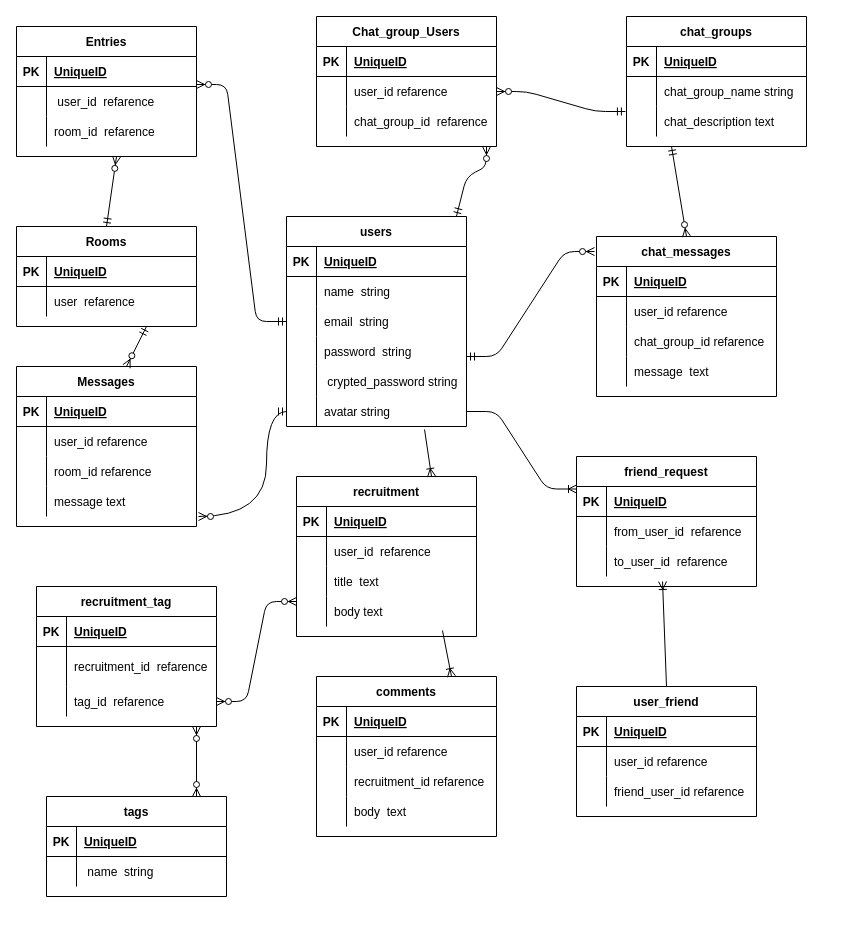
goliramax/futsal_with_friends keeps this draw.io diagram as er.drawio. Above is the earlier version. Source tidied: cells renumbered, new cells numbered last; positions are measured from the earlier drawing's top-left corner, leaving out a move shared by most shapes. Both pictures are drawn from the tidied source at 100%, with x=0, y=0 at pixel (16, 16).
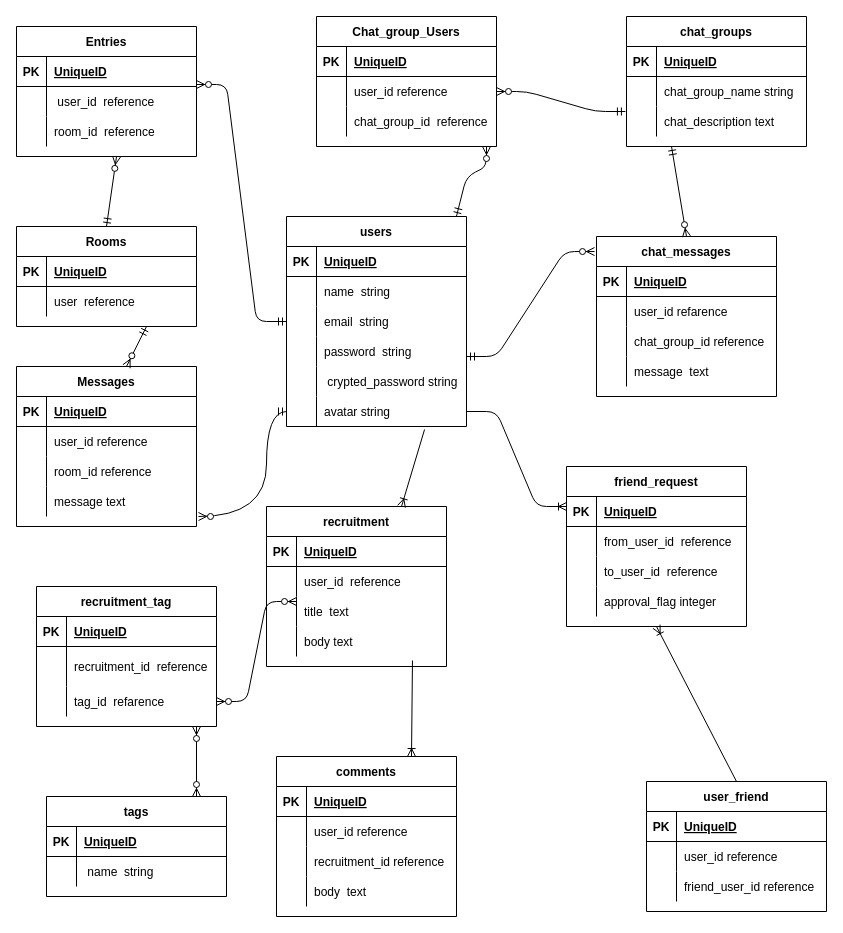
After the change.

The change refers to these unchanged cells:
```xml
<mxCell id="25" style="shape=partialRectangle;fillColor=none;top=0;left=0;bottom=0;right=0;" parent="21" vertex="1">
  <mxGeometry y="60" width="180" height="30" as="geometry" />
</mxCell>
<mxCell id="28" style="shape=partialRectangle;fillColor=none;top=0;left=0;bottom=0;right=0;" parent="21" vertex="1">
  <mxGeometry y="90" width="180" height="30" as="geometry" />
</mxCell>
<mxCell id="39" style="shape=partialRectangle;fillColor=none;top=0;left=0;bottom=0;right=0;points=[[0,0.5],[1,0.5]];portConstraint=eastwest;" parent="35" vertex="1">
  <mxGeometry y="60" width="180" height="30" as="geometry" />
</mxCell>
<mxCell id="42" style="shape=partialRectangle;fillColor=none;top=0;left=0;bottom=0;right=0;" parent="35" vertex="1">
  <mxGeometry y="90" width="180" height="30" as="geometry" />
</mxCell>
<mxCell id="49" style="shape=partialRectangle;fillColor=none;top=0;left=0;bottom=0;right=0;points=[[0,0.5],[1,0.5]];portConstraint=eastwest;" parent="45" vertex="1">
  <mxGeometry y="60" width="180" height="30" as="geometry" />
</mxCell>
<mxCell id="52" style="shape=partialRectangle;fillColor=none;top=0;left=0;bottom=0;right=0;" parent="45" vertex="1">
  <mxGeometry y="90" width="180" height="30" as="geometry" />
</mxCell>
<mxCell id="72" style="shape=partialRectangle;fillColor=none;top=0;left=0;bottom=0;right=0;" parent="65" vertex="1">
  <mxGeometry y="90" width="180" height="30" as="geometry" />
</mxCell>
<mxCell id="82" style="shape=partialRectangle;fillColor=none;top=0;left=0;bottom=0;right=0;" parent="78" vertex="1">
  <mxGeometry y="60" width="180" height="30" as="geometry" />
</mxCell>
<mxCell id="85" style="shape=partialRectangle;fillColor=none;top=0;left=0;bottom=0;right=0;points=[[0,0.5],[1,0.5]];portConstraint=eastwest;" parent="78" vertex="1">
  <mxGeometry y="90" width="180" height="30" as="geometry" />
</mxCell>
<mxCell id="92" style="shape=partialRectangle;fillColor=none;top=0;left=0;bottom=0;right=0;" parent="88" vertex="1">
  <mxGeometry y="60" width="180" height="30" as="geometry" />
</mxCell>
<mxCell id="95" style="shape=partialRectangle;fillColor=none;top=0;left=0;bottom=0;right=0;" parent="88" vertex="1">
  <mxGeometry y="90" width="180" height="30" as="geometry" />
</mxCell>
<mxCell id="102" style="shape=partialRectangle;fillColor=none;top=0;left=0;bottom=0;right=0;" parent="98" vertex="1">
  <mxGeometry y="60" width="180" height="30" as="geometry" />
</mxCell>
<mxCell id="122" style="shape=partialRectangle;fillColor=none;top=0;left=0;bottom=0;right=0;" parent="118" vertex="1">
  <mxGeometry y="60" width="180" height="30" as="geometry" />
</mxCell>
<mxCell id="125" style="shape=partialRectangle;fillColor=none;top=0;left=0;bottom=0;right=0;" parent="118" vertex="1">
  <mxGeometry y="90" width="180" height="30" as="geometry" />
</mxCell>
<mxCell id="135" style="shape=partialRectangle;fillColor=none;top=0;left=0;bottom=0;right=0;" parent="131" vertex="1">
  <mxGeometry y="60" width="180" height="40" as="geometry" />
</mxCell>
<mxCell id="146" style="shape=partialRectangle;fillColor=none;top=0;left=0;bottom=0;right=0;" parent="142" vertex="1">
  <mxGeometry y="60" width="180" height="30" as="geometry" />
</mxCell>
```

Change to the diagram source:
```diff
@@
-    <mxCell id="27" value="user_id refarence" style="shape=partialRectangle;fillColor=none;top=0;left=0;bottom=0;right=0;align=left;spacingLeft=6;overflow=hidden;" parent="25" vertex="1">
+    <mxCell id="27" value="user_id reference" style="shape=partialRectangle;fillColor=none;top=0;left=0;bottom=0;right=0;align=left;spacingLeft=6;overflow=hidden;" parent="25" vertex="1">
       <mxGeometry x="30" width="150" height="30" as="geometry" />
     </mxCell>
@@
-    <mxCell id="30" value="room_id refarence" style="shape=partialRectangle;fillColor=none;top=0;left=0;bottom=0;right=0;align=left;spacingLeft=6;overflow=hidden;" parent="28" vertex="1">
+    <mxCell id="30" value="room_id reference" style="shape=partialRectangle;fillColor=none;top=0;left=0;bottom=0;right=0;align=left;spacingLeft=6;overflow=hidden;" parent="28" vertex="1">
       <mxGeometry x="30" width="150" height="30" as="geometry" />
     </mxCell>
@@
-    <mxCell id="41" value=" user_id  refarence" style="shape=partialRectangle;fillColor=none;top=0;left=0;bottom=0;right=0;align=left;spacingLeft=6;overflow=hidden;" parent="39" vertex="1">
+    <mxCell id="41" value=" user_id  reference" style="shape=partialRectangle;fillColor=none;top=0;left=0;bottom=0;right=0;align=left;spacingLeft=6;overflow=hidden;" parent="39" vertex="1">
       <mxGeometry x="30" width="150" height="30" as="geometry" />
     </mxCell>
@@
-    <mxCell id="44" value="room_id  refarence" style="shape=partialRectangle;fillColor=none;top=0;left=0;bottom=0;right=0;align=left;spacingLeft=6;overflow=hidden;" parent="42" vertex="1">
+    <mxCell id="44" value="room_id  reference" style="shape=partialRectangle;fillColor=none;top=0;left=0;bottom=0;right=0;align=left;spacingLeft=6;overflow=hidden;" parent="42" vertex="1">
       <mxGeometry x="30" width="150" height="30" as="geometry" />
     </mxCell>
@@
-    <mxCell id="51" value="user_id refarence" style="shape=partialRectangle;fillColor=none;top=0;left=0;bottom=0;right=0;align=left;spacingLeft=6;overflow=hidden;" parent="49" vertex="1">
+    <mxCell id="51" value="user_id reference" style="shape=partialRectangle;fillColor=none;top=0;left=0;bottom=0;right=0;align=left;spacingLeft=6;overflow=hidden;" parent="49" vertex="1">
       <mxGeometry x="30" width="150" height="30" as="geometry" />
     </mxCell>
@@
-    <mxCell id="54" value="chat_group_id  refarence" style="shape=partialRectangle;fillColor=none;top=0;left=0;bottom=0;right=0;align=left;spacingLeft=6;overflow=hidden;" parent="52" vertex="1">
+    <mxCell id="54" value="chat_group_id  reference" style="shape=partialRectangle;fillColor=none;top=0;left=0;bottom=0;right=0;align=left;spacingLeft=6;overflow=hidden;" parent="52" vertex="1">
       <mxGeometry x="30" width="150" height="30" as="geometry" />
     </mxCell>
@@
-    <mxCell id="74" value="chat_group_id refarence" style="shape=partialRectangle;fillColor=none;top=0;left=0;bottom=0;right=0;align=left;spacingLeft=6;overflow=hidden;" parent="72" vertex="1">
+    <mxCell id="74" value="chat_group_id reference" style="shape=partialRectangle;fillColor=none;top=0;left=0;bottom=0;right=0;align=left;spacingLeft=6;overflow=hidden;" parent="72" vertex="1">
       <mxGeometry x="30" width="150" height="30" as="geometry" />
     </mxCell>
@@
     <mxCell id="78" value="friend_request" style="shape=table;startSize=30;childLayout=tableLayout;rowLines=0;fontStyle=1;align=center;" parent="1" vertex="1">
-      <mxGeometry x="560" y="440" width="180" height="130" as="geometry" />
+      <mxGeometry x="550" y="450" width="180" height="160" as="geometry" />
     </mxCell>
@@
-    <mxCell id="84" value="from_user_id  refarence" style="shape=partialRectangle;fillColor=none;top=0;left=0;bottom=0;right=0;align=left;spacingLeft=6;overflow=hidden;" parent="82" vertex="1">
+    <mxCell id="84" value="from_user_id  reference" style="shape=partialRectangle;fillColor=none;top=0;left=0;bottom=0;right=0;align=left;spacingLeft=6;overflow=hidden;" parent="82" vertex="1">
       <mxGeometry x="30" width="150" height="30" as="geometry" />
     </mxCell>
@@
-    <mxCell id="87" value="to_user_id  refarence" style="shape=partialRectangle;fillColor=none;top=0;left=0;bottom=0;right=0;align=left;spacingLeft=6;overflow=hidden;" parent="85" vertex="1">
+    <mxCell id="87" value="to_user_id  reference" style="shape=partialRectangle;fillColor=none;top=0;left=0;bottom=0;right=0;align=left;spacingLeft=6;overflow=hidden;" parent="85" vertex="1">
       <mxGeometry x="30" width="150" height="30" as="geometry" />
     </mxCell>
+    <mxCell id="163" style="shape=partialRectangle;fillColor=none;top=0;left=0;bottom=0;right=0;" parent="78" vertex="1">
+      <mxGeometry y="120" width="180" height="30" as="geometry" />
+    </mxCell>
+    <mxCell id="164" style="shape=partialRectangle;fillColor=none;top=0;left=0;bottom=0;right=0;overflow=hidden;" parent="163" vertex="1">
+      <mxGeometry width="30" height="30" as="geometry" />
+    </mxCell>
+    <mxCell id="165" value="approval_flag integer" style="shape=partialRectangle;fillColor=none;top=0;left=0;bottom=0;right=0;align=left;spacingLeft=6;overflow=hidden;" parent="163" vertex="1">
+      <mxGeometry x="30" width="150" height="30" as="geometry" />
+    </mxCell>
     <mxCell id="88" value="user_friend" style="shape=table;startSize=30;childLayout=tableLayout;rowLines=0;fontStyle=1;align=center;" parent="1" vertex="1">
-      <mxGeometry x="560" y="670" width="180" height="130" as="geometry" />
+      <mxGeometry x="630" y="765" width="180" height="130" as="geometry" />
     </mxCell>
@@
-    <mxCell id="94" value="user_id refarence" style="shape=partialRectangle;fillColor=none;top=0;left=0;bottom=0;right=0;align=left;spacingLeft=6;overflow=hidden;" parent="92" vertex="1">
+    <mxCell id="94" value="user_id reference" style="shape=partialRectangle;fillColor=none;top=0;left=0;bottom=0;right=0;align=left;spacingLeft=6;overflow=hidden;" parent="92" vertex="1">
       <mxGeometry x="30" width="150" height="30" as="geometry" />
     </mxCell>
@@
-    <mxCell id="97" value="friend_user_id refarence" style="shape=partialRectangle;fillColor=none;top=0;left=0;bottom=0;right=0;align=left;spacingLeft=6;overflow=hidden;" parent="95" vertex="1">
+    <mxCell id="97" value="friend_user_id reference" style="shape=partialRectangle;fillColor=none;top=0;left=0;bottom=0;right=0;align=left;spacingLeft=6;overflow=hidden;" parent="95" vertex="1">
       <mxGeometry x="30" width="150" height="30" as="geometry" />
     </mxCell>
     <mxCell id="98" value="recruitment" style="shape=table;startSize=30;childLayout=tableLayout;rowLines=0;fontStyle=1;align=center;" parent="1" vertex="1">
-      <mxGeometry x="280" y="460" width="180" height="160" as="geometry" />
+      <mxGeometry x="250" y="490" width="180" height="160" as="geometry" />
     </mxCell>
@@
-    <mxCell id="104" value="user_id  refarence" style="shape=partialRectangle;fillColor=none;top=0;left=0;bottom=0;right=0;align=left;spacingLeft=6;overflow=hidden;" parent="102" vertex="1">
+    <mxCell id="104" value="user_id  reference" style="shape=partialRectangle;fillColor=none;top=0;left=0;bottom=0;right=0;align=left;spacingLeft=6;overflow=hidden;" parent="102" vertex="1">
       <mxGeometry x="30" width="150" height="30" as="geometry" />
     </mxCell>
@@
     <mxCell id="118" value="comments" style="shape=table;startSize=30;childLayout=tableLayout;rowLines=0;fontStyle=1;align=center;" parent="1" vertex="1">
-      <mxGeometry x="300" y="660" width="180" height="160" as="geometry" />
+      <mxGeometry x="260" y="740" width="180" height="160" as="geometry" />
     </mxCell>
@@
-    <mxCell id="124" value="user_id refarence" style="shape=partialRectangle;fillColor=none;top=0;left=0;bottom=0;right=0;align=left;spacingLeft=6;overflow=hidden;" parent="122" vertex="1">
+    <mxCell id="124" value="user_id reference" style="shape=partialRectangle;fillColor=none;top=0;left=0;bottom=0;right=0;align=left;spacingLeft=6;overflow=hidden;" parent="122" vertex="1">
       <mxGeometry x="30" width="150" height="30" as="geometry" />
     </mxCell>
@@
-    <mxCell id="127" value="recruitment_id refarence" style="shape=partialRectangle;fillColor=none;top=0;left=0;bottom=0;right=0;align=left;spacingLeft=6;overflow=hidden;" parent="125" vertex="1">
+    <mxCell id="127" value="recruitment_id reference" style="shape=partialRectangle;fillColor=none;top=0;left=0;bottom=0;right=0;align=left;spacingLeft=6;overflow=hidden;" parent="125" vertex="1">
       <mxGeometry x="30" width="150" height="30" as="geometry" />
     </mxCell>
@@
-    <mxCell id="137" value="recruitment_id  refarence" style="shape=partialRectangle;fillColor=none;top=0;left=0;bottom=0;right=0;align=left;spacingLeft=6;overflow=hidden;" parent="135" vertex="1">
+    <mxCell id="137" value="recruitment_id  reference" style="shape=partialRectangle;fillColor=none;top=0;left=0;bottom=0;right=0;align=left;spacingLeft=6;overflow=hidden;" parent="135" vertex="1">
       <mxGeometry x="30" width="150" height="40" as="geometry" />
     </mxCell>
@@
-    <mxCell id="148" value="user  refarence" style="shape=partialRectangle;fillColor=none;top=0;left=0;bottom=0;right=0;align=left;spacingLeft=6;overflow=hidden;" parent="146" vertex="1">
+    <mxCell id="148" value="user  reference" style="shape=partialRectangle;fillColor=none;top=0;left=0;bottom=0;right=0;align=left;spacingLeft=6;overflow=hidden;" parent="146" vertex="1">
       <mxGeometry x="30" width="150" height="30" as="geometry" />
     </mxCell>
@@
-    <mxCell id="162" style="fontSize=12;html=1;endArrow=ERoneToMany;entryX=0.478;entryY=1.167;entryDx=0;entryDy=0;entryPerimeter=0;exitX=0.5;exitY=0;exitDx=0;exitDy=0;" parent="1" edge="1" source="88" target="85">
+    <mxCell id="162" style="fontSize=12;html=1;endArrow=ERoneToMany;exitX=0.5;exitY=0;exitDx=0;exitDy=0;entryX=0.5;entryY=1;entryDx=0;entryDy=0;" parent="1" edge="1" source="88" target="78">
       <mxGeometry relative="1" as="geometry" />
     </mxCell>
```
